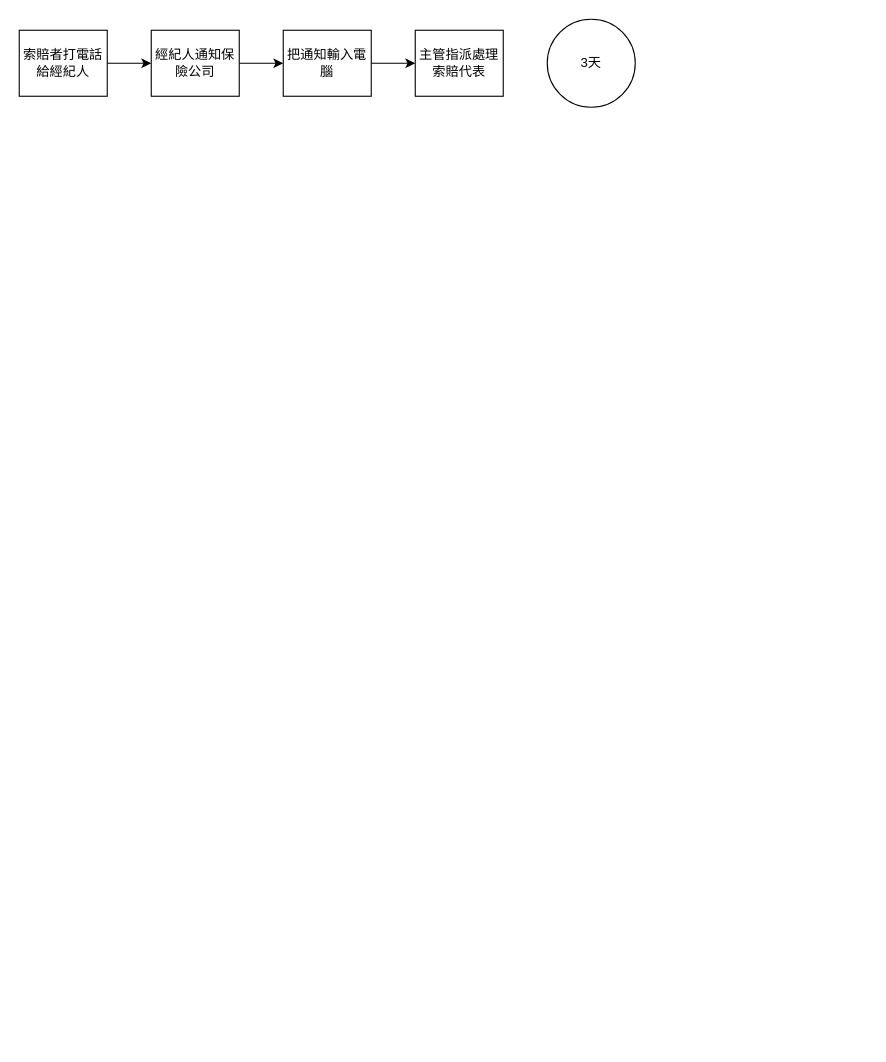
Before: page "Page-1" (1 of 2) of Insurance Diagram.drawio in julie-b05302301/diagram.io, a draw.io diagram. Source tidied: cells renumbered, new cells numbered last; positions are measured from the earlier drawing's top-left corner, leaving out a move shared by most shapes. Both pictures are drawn from the tidied source at 110%, with x=0, y=0 at pixel (19, 19).
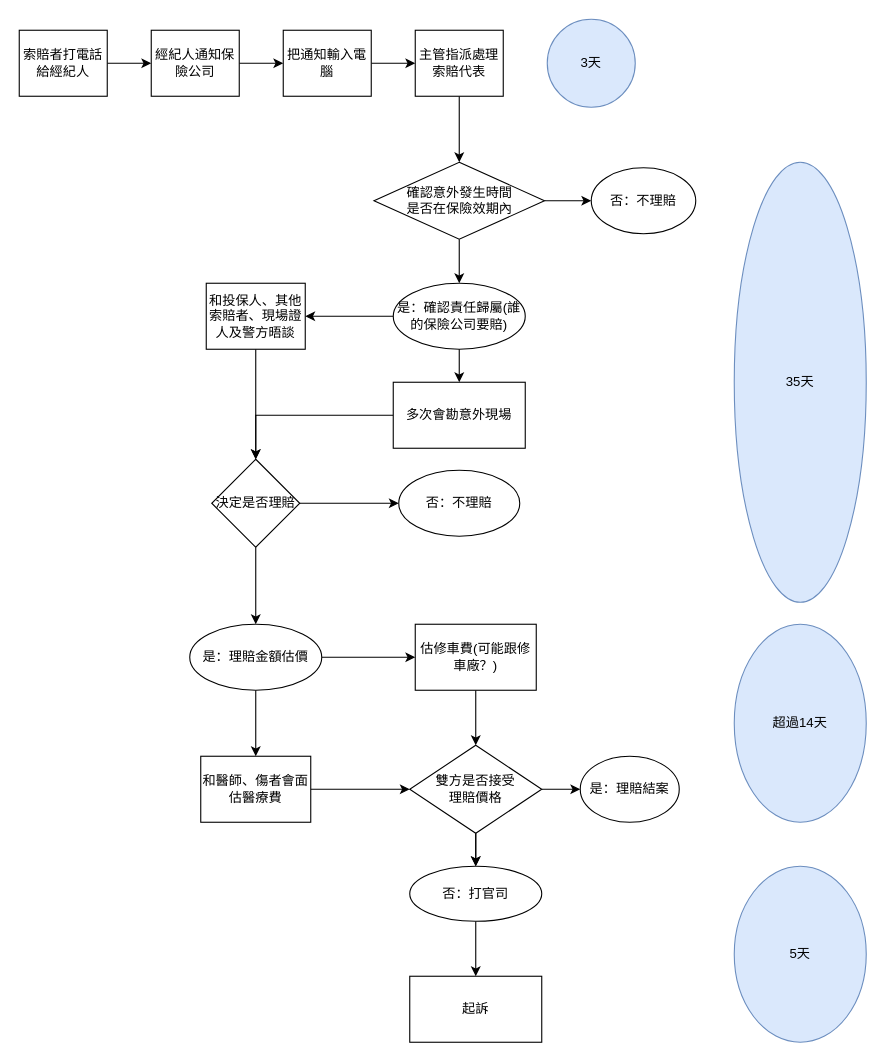
The same diagram, later.

The change refers to these unchanged cells:
```xml
<mxCell id="8" value="主管指派處理索賠代表" style="whiteSpace=wrap;html=1;rounded=0;" parent="1" vertex="1">
  <mxGeometry x="360" y="10" width="80" height="60" as="geometry" />
</mxCell>
```

Change to the diagram source:
```diff
@@
+    <mxCell id="10" style="edgeStyle=orthogonalEdgeStyle;rounded=0;jettySize=auto;html=1;" parent="1" edge="1" source="8" target="13">
+      <mxGeometry relative="1" as="geometry" />
+    </mxCell>
@@
-    <mxCell id="9" value="3天" style="ellipse;whiteSpace=wrap;html=1;" parent="1" vertex="1">
+    <mxCell id="9" value="3天" style="ellipse;whiteSpace=wrap;html=1;fillColor=#dae8fc;strokeColor=#6c8ebf;" parent="1" vertex="1">
       <mxGeometry x="480" width="80" height="80" as="geometry" />
     </mxCell>
+    <mxCell id="11" style="edgeStyle=orthogonalEdgeStyle;rounded=0;jettySize=auto;html=1;" parent="1" edge="1" source="13" target="14">
+      <mxGeometry relative="1" as="geometry" />
+    </mxCell>
+    <mxCell id="12" style="edgeStyle=orthogonalEdgeStyle;rounded=0;jettySize=auto;html=1;" parent="1" edge="1" source="13" target="15">
+      <mxGeometry relative="1" as="geometry" />
+    </mxCell>
+    <mxCell id="13" value="確認意外發生時間&lt;br&gt;是否在保險效期內" style="rhombus;whiteSpace=wrap;html=1;rounded=0;" parent="1" vertex="1">
+      <mxGeometry x="322.5" y="130" width="155" height="70" as="geometry" />
+    </mxCell>
+    <mxCell id="14" value="否：不理賠" style="ellipse;whiteSpace=wrap;html=1;rounded=0;" parent="1" vertex="1">
+      <mxGeometry x="520" y="135" width="95" height="60" as="geometry" />
+    </mxCell>
+    <mxCell id="15" value="是：確認責任歸屬(誰的保險公司要賠)" style="ellipse;whiteSpace=wrap;html=1;rounded=0;" parent="1" vertex="1">
+      <mxGeometry x="340" y="240" width="120" height="60" as="geometry" />
+    </mxCell>
+    <mxCell id="16" style="edgeStyle=orthogonalEdgeStyle;rounded=0;jettySize=auto;html=1;" parent="1" edge="1" source="15" target="25">
+      <mxGeometry relative="1" as="geometry" />
+    </mxCell>
+    <mxCell id="17" style="edgeStyle=orthogonalEdgeStyle;rounded=0;jettySize=auto;html=1;exitX=0.5;exitY=1;exitDx=0;exitDy=0;" parent="1" edge="1" source="15" target="37">
+      <mxGeometry relative="1" as="geometry" />
+    </mxCell>
+    <mxCell id="18" style="edgeStyle=orthogonalEdgeStyle;rounded=0;jettySize=auto;html=1;exitX=0.5;exitY=1;exitDx=0;exitDy=0;" parent="1" edge="1" source="35" target="21">
+      <mxGeometry relative="1" as="geometry" />
+    </mxCell>
+    <mxCell id="19" style="edgeStyle=orthogonalEdgeStyle;rounded=0;jettySize=auto;html=1;exitX=1;exitY=0.5;exitDx=0;exitDy=0;" parent="1" edge="1" source="35" target="23">
+      <mxGeometry relative="1" as="geometry" />
+    </mxCell>
+    <mxCell id="20" style="edgeStyle=orthogonalEdgeStyle;rounded=0;jettySize=auto;html=1;" parent="1" edge="1" source="21" target="33">
+      <mxGeometry relative="1" as="geometry" />
+    </mxCell>
+    <mxCell id="21" value="和醫師、傷者會面估醫療費" style="whiteSpace=wrap;html=1;rounded=0;" parent="1" vertex="1">
+      <mxGeometry x="165" y="670" width="100" height="60" as="geometry" />
+    </mxCell>
+    <mxCell id="22" style="edgeStyle=orthogonalEdgeStyle;rounded=0;jettySize=auto;html=1;" parent="1" edge="1" source="23" target="33">
+      <mxGeometry relative="1" as="geometry" />
+    </mxCell>
+    <mxCell id="23" value="估修車費(可能跟修車廠？)" style="whiteSpace=wrap;html=1;rounded=0;" parent="1" vertex="1">
+      <mxGeometry x="360" y="550" width="110" height="60" as="geometry" />
+    </mxCell>
+    <mxCell id="24" style="edgeStyle=orthogonalEdgeStyle;rounded=0;jettySize=auto;html=1;" parent="1" edge="1" source="25" target="29">
+      <mxGeometry relative="1" as="geometry" />
+    </mxCell>
+    <mxCell id="25" value="和投保人、其他索賠者、現場證人及警方晤談" style="whiteSpace=wrap;html=1;rounded=0;" parent="1" vertex="1">
+      <mxGeometry x="170" y="240" width="90" height="60" as="geometry" />
+    </mxCell>
+    <mxCell id="26" value="35天" style="ellipse;whiteSpace=wrap;html=1;fillColor=#dae8fc;strokeColor=#6c8ebf;" parent="1" vertex="1">
+      <mxGeometry x="650" y="130" width="120" height="400" as="geometry" />
+    </mxCell>
+    <mxCell id="27" style="edgeStyle=orthogonalEdgeStyle;rounded=0;jettySize=auto;html=1;" parent="1" edge="1" source="29" target="34">
+      <mxGeometry relative="1" as="geometry" />
+    </mxCell>
+    <mxCell id="28" style="edgeStyle=orthogonalEdgeStyle;rounded=0;jettySize=auto;html=1;" parent="1" edge="1" source="29" target="35">
+      <mxGeometry relative="1" as="geometry" />
+    </mxCell>
+    <mxCell id="29" value="決定是否理賠" style="rhombus;whiteSpace=wrap;html=1;rounded=0;" parent="1" vertex="1">
+      <mxGeometry x="175" y="400" width="80" height="80" as="geometry" />
+    </mxCell>
+    <mxCell id="30" style="edgeStyle=orthogonalEdgeStyle;rounded=0;jettySize=auto;html=1;" parent="1" edge="1" source="33" target="39">
+      <mxGeometry relative="1" as="geometry" />
+    </mxCell>
+    <mxCell id="31" style="edgeStyle=orthogonalEdgeStyle;rounded=0;jettySize=auto;html=1;" parent="1" edge="1" source="33" target="39">
+      <mxGeometry relative="1" as="geometry" />
+    </mxCell>
+    <mxCell id="32" style="edgeStyle=orthogonalEdgeStyle;rounded=0;jettySize=auto;html=1;" parent="1" edge="1" source="33" target="40">
+      <mxGeometry relative="1" as="geometry" />
+    </mxCell>
+    <mxCell id="33" value="雙方是否接受&lt;br&gt;理賠價格" style="rhombus;whiteSpace=wrap;html=1;rounded=0;" parent="1" vertex="1">
+      <mxGeometry x="355" y="660" width="120" height="80" as="geometry" />
+    </mxCell>
+    <mxCell id="34" value="否：不理賠" style="ellipse;whiteSpace=wrap;html=1;rounded=0;" parent="1" vertex="1">
+      <mxGeometry x="345" y="410" width="110" height="60" as="geometry" />
+    </mxCell>
+    <mxCell id="35" value="是：理賠金額估價" style="ellipse;whiteSpace=wrap;html=1;rounded=0;" parent="1" vertex="1">
+      <mxGeometry x="155" y="550" width="120" height="60" as="geometry" />
+    </mxCell>
+    <mxCell id="36" style="edgeStyle=orthogonalEdgeStyle;rounded=0;jettySize=auto;html=1;entryX=0.5;entryY=0;entryDx=0;entryDy=0;" parent="1" edge="1" source="37" target="29">
+      <mxGeometry relative="1" as="geometry" />
+    </mxCell>
+    <mxCell id="37" value="&lt;span&gt;多次會勘意外現場&lt;/span&gt;" style="whiteSpace=wrap;html=1;rounded=0;" parent="1" vertex="1">
+      <mxGeometry x="340" y="330" width="120" height="60" as="geometry" />
+    </mxCell>
+    <mxCell id="38" style="edgeStyle=orthogonalEdgeStyle;rounded=0;jettySize=auto;html=1;" parent="1" edge="1" source="39" target="42">
+      <mxGeometry relative="1" as="geometry" />
+    </mxCell>
+    <mxCell id="39" value="否：打官司" style="ellipse;whiteSpace=wrap;html=1;rounded=0;" parent="1" vertex="1">
+      <mxGeometry x="355" y="770" width="120" height="50" as="geometry" />
+    </mxCell>
+    <mxCell id="40" value="是：理賠結案" style="ellipse;whiteSpace=wrap;html=1;rounded=0;" parent="1" vertex="1">
+      <mxGeometry x="510" y="670" width="90" height="60" as="geometry" />
+    </mxCell>
+    <mxCell id="41" value="超過14天" style="ellipse;whiteSpace=wrap;html=1;fillColor=#dae8fc;strokeColor=#6c8ebf;" parent="1" vertex="1">
+      <mxGeometry x="650" y="550" width="120" height="180" as="geometry" />
+    </mxCell>
+    <mxCell id="42" value="起訴" style="whiteSpace=wrap;html=1;rounded=0;" parent="1" vertex="1">
+      <mxGeometry x="355" y="870" width="120" height="60" as="geometry" />
+    </mxCell>
+    <mxCell id="43" value="5天" style="ellipse;whiteSpace=wrap;html=1;fillColor=#dae8fc;strokeColor=#6c8ebf;" parent="1" vertex="1">
+      <mxGeometry x="650" y="770" width="120" height="160" as="geometry" />
+    </mxCell>
```
